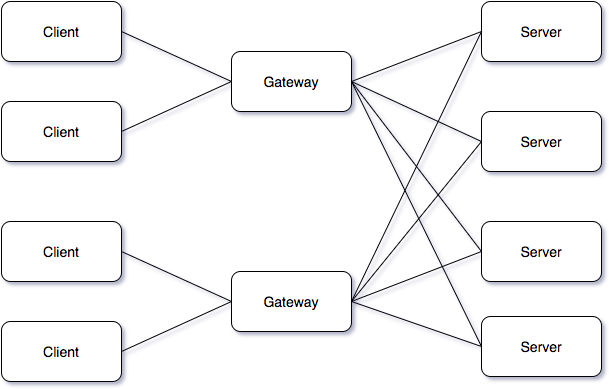
The draw.io diagram gateway.png in funny/fastway, before a commit. Source tidied: cells renumbered, new cells last; positions are measured from the earlier drawing's top-left corner, leaving out a move shared by most shapes. Its diagram source:
```xml
<mxGraphModel background="#ffffff">
  <root>
    <mxCell id="0" />
    <mxCell id="1" parent="0" />
    <mxCell id="2" value="Client" style="rounded=1;whiteSpace=wrap;html=1;fontSize=14;" parent="1" vertex="1">
      <mxGeometry width="120" height="60" as="geometry" />
    </mxCell>
    <mxCell id="3" value="Client" style="rounded=1;whiteSpace=wrap;html=1;fontSize=14;" parent="1" vertex="1">
      <mxGeometry y="100" width="120" height="60" as="geometry" />
    </mxCell>
    <mxCell id="4" value="Gateway" style="rounded=1;whiteSpace=wrap;html=1;fontSize=14;" parent="1" vertex="1">
      <mxGeometry x="230" y="50" width="120" height="60" as="geometry" />
    </mxCell>
    <mxCell id="5" value="Server" style="rounded=1;whiteSpace=wrap;html=1;fontSize=14;" parent="1" vertex="1">
      <mxGeometry x="480" width="120" height="60" as="geometry" />
    </mxCell>
    <mxCell id="6" value="Server" style="rounded=1;whiteSpace=wrap;html=1;fontSize=14;" parent="1" vertex="1">
      <mxGeometry x="480" y="110" width="120" height="60" as="geometry" />
    </mxCell>
    <mxCell id="7" value="Server" style="rounded=1;whiteSpace=wrap;html=1;fontSize=14;" parent="1" vertex="1">
      <mxGeometry x="480" y="220" width="120" height="60" as="geometry" />
    </mxCell>
    <mxCell id="8" value="Server" style="rounded=1;whiteSpace=wrap;html=1;fontSize=14;" parent="1" vertex="1">
      <mxGeometry x="480" y="315" width="120" height="60" as="geometry" />
    </mxCell>
    <mxCell id="9" value="Gateway" style="rounded=1;whiteSpace=wrap;html=1;fontSize=14;" parent="1" vertex="1">
      <mxGeometry x="230" y="270" width="120" height="60" as="geometry" />
    </mxCell>
    <mxCell id="10" style="endArrow=none;html=1;fontSize=14;exitX=0;exitY=0.5;entryX=1;entryY=0.5;endFill=0;" parent="1" edge="1" source="5" target="4">
      <mxGeometry x="440" y="270" as="geometry" />
    </mxCell>
    <mxCell id="11" style="endArrow=none;html=1;fontSize=14;entryX=1;entryY=0.5;exitX=0;exitY=0.5;endFill=0;" parent="1" edge="1" source="6" target="4">
      <mxGeometry x="440" y="320" as="geometry" />
    </mxCell>
    <mxCell id="12" style="endArrow=none;html=1;fontSize=14;exitX=0;exitY=0.5;entryX=1;entryY=0.5;endFill=0;" parent="1" edge="1" source="7" target="4">
      <mxGeometry x="440" y="320" as="geometry" />
    </mxCell>
    <mxCell id="13" style="endArrow=none;html=1;fontSize=14;exitX=0;exitY=0.5;entryX=1;entryY=0.5;endFill=0;" parent="1" edge="1" source="8" target="4">
      <mxGeometry x="440" y="320" as="geometry" />
    </mxCell>
    <mxCell id="14" style="endArrow=none;html=1;fontSize=14;exitX=0;exitY=0.5;entryX=1;entryY=0.5;endFill=0;" parent="1" edge="1" source="5" target="9">
      <mxGeometry x="440" y="270" as="geometry" />
    </mxCell>
    <mxCell id="15" style="endArrow=none;html=1;fontSize=14;exitX=0;exitY=0.5;entryX=1;entryY=0.5;endFill=0;" parent="1" edge="1" source="6" target="9">
      <mxGeometry x="440" y="380" as="geometry" />
    </mxCell>
    <mxCell id="16" style="endArrow=none;html=1;fontSize=14;exitX=0;exitY=0.5;entryX=1;entryY=0.5;endFill=0;" parent="1" edge="1" source="7" target="9">
      <mxGeometry x="440" y="490" as="geometry" />
    </mxCell>
    <mxCell id="17" style="endArrow=none;html=1;fontSize=14;exitX=0;exitY=0.5;endFill=0;entryX=1;entryY=0.5;" parent="1" edge="1" source="8" target="9">
      <mxGeometry x="440" y="540" as="geometry" />
    </mxCell>
    <mxCell id="18" value="Client" style="rounded=1;whiteSpace=wrap;html=1;fontSize=14;" parent="1" vertex="1">
      <mxGeometry y="220" width="120" height="60" as="geometry" />
    </mxCell>
    <mxCell id="19" value="Client" style="rounded=1;whiteSpace=wrap;html=1;fontSize=14;" parent="1" vertex="1">
      <mxGeometry y="320" width="120" height="60" as="geometry" />
    </mxCell>
    <mxCell id="20" style="endArrow=none;html=1;fontSize=14;exitX=1;exitY=0.5;entryX=0;entryY=0.5;endFill=0;" parent="1" edge="1" source="2" target="4">
      <mxGeometry x="210" y="270" as="geometry" />
    </mxCell>
    <mxCell id="21" style="endArrow=none;html=1;fontSize=14;exitX=1;exitY=0.5;entryX=0;entryY=0.5;endFill=0;" parent="1" edge="1" source="3" target="4">
      <mxGeometry x="210" y="320" as="geometry" />
    </mxCell>
    <mxCell id="22" style="endArrow=none;html=1;fontSize=14;exitX=1;exitY=0.5;entryX=0;entryY=0.5;endFill=0;" parent="1" edge="1" source="18" target="9">
      <mxGeometry x="210" y="490" as="geometry" />
    </mxCell>
    <mxCell id="23" style="endArrow=none;html=1;fontSize=14;exitX=1;exitY=0.5;entryX=0;entryY=0.5;endFill=0;" parent="1" edge="1" source="19" target="9">
      <mxGeometry x="210" y="540" as="geometry" />
    </mxCell>
  </root>
</mxGraphModel>
```
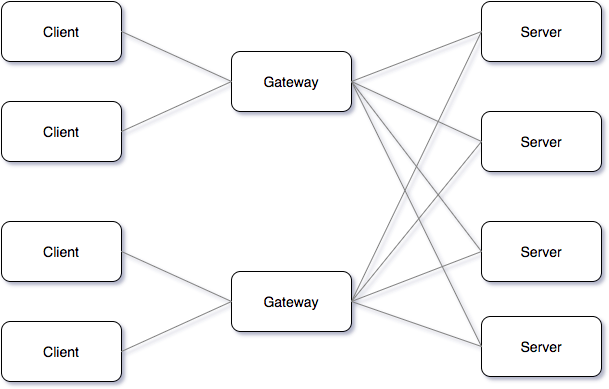
After the commit.

What changed in the source:
```diff
@@ -26,28 +26,28 @@
     <mxCell id="9" value="Gateway" style="rounded=1;whiteSpace=wrap;html=1;fontSize=14;" parent="1" vertex="1">
       <mxGeometry x="230" y="270" width="120" height="60" as="geometry" />
     </mxCell>
-    <mxCell id="10" style="endArrow=none;html=1;fontSize=14;exitX=0;exitY=0.5;entryX=1;entryY=0.5;endFill=0;" parent="1" edge="1" source="5" target="4">
+    <mxCell id="10" style="endArrow=none;html=1;fontSize=14;exitX=0;exitY=0.5;entryX=1;entryY=0.5;endFill=0;strokeColor=#808080;" parent="1" edge="1" source="5" target="4">
       <mxGeometry x="440" y="270" as="geometry" />
     </mxCell>
-    <mxCell id="11" style="endArrow=none;html=1;fontSize=14;entryX=1;entryY=0.5;exitX=0;exitY=0.5;endFill=0;" parent="1" edge="1" source="6" target="4">
+    <mxCell id="11" style="endArrow=none;html=1;fontSize=14;entryX=1;entryY=0.5;exitX=0;exitY=0.5;endFill=0;strokeColor=#808080;" parent="1" edge="1" source="6" target="4">
       <mxGeometry x="440" y="320" as="geometry" />
     </mxCell>
-    <mxCell id="12" style="endArrow=none;html=1;fontSize=14;exitX=0;exitY=0.5;entryX=1;entryY=0.5;endFill=0;" parent="1" edge="1" source="7" target="4">
+    <mxCell id="12" style="endArrow=none;html=1;fontSize=14;exitX=0;exitY=0.5;entryX=1;entryY=0.5;endFill=0;strokeColor=#808080;" parent="1" edge="1" source="7" target="4">
       <mxGeometry x="440" y="320" as="geometry" />
     </mxCell>
-    <mxCell id="13" style="endArrow=none;html=1;fontSize=14;exitX=0;exitY=0.5;entryX=1;entryY=0.5;endFill=0;" parent="1" edge="1" source="8" target="4">
+    <mxCell id="13" style="endArrow=none;html=1;fontSize=14;exitX=0;exitY=0.5;entryX=1;entryY=0.5;endFill=0;strokeColor=#808080;" parent="1" edge="1" source="8" target="4">
       <mxGeometry x="440" y="320" as="geometry" />
     </mxCell>
-    <mxCell id="14" style="endArrow=none;html=1;fontSize=14;exitX=0;exitY=0.5;entryX=1;entryY=0.5;endFill=0;" parent="1" edge="1" source="5" target="9">
+    <mxCell id="14" style="endArrow=none;html=1;fontSize=14;exitX=0;exitY=0.5;entryX=1;entryY=0.5;endFill=0;strokeColor=#808080;" parent="1" edge="1" source="5" target="9">
       <mxGeometry x="440" y="270" as="geometry" />
     </mxCell>
-    <mxCell id="15" style="endArrow=none;html=1;fontSize=14;exitX=0;exitY=0.5;entryX=1;entryY=0.5;endFill=0;" parent="1" edge="1" source="6" target="9">
+    <mxCell id="15" style="endArrow=none;html=1;fontSize=14;exitX=0;exitY=0.5;entryX=1;entryY=0.5;endFill=0;strokeColor=#808080;" parent="1" edge="1" source="6" target="9">
       <mxGeometry x="440" y="380" as="geometry" />
     </mxCell>
-    <mxCell id="16" style="endArrow=none;html=1;fontSize=14;exitX=0;exitY=0.5;entryX=1;entryY=0.5;endFill=0;" parent="1" edge="1" source="7" target="9">
+    <mxCell id="16" style="endArrow=none;html=1;fontSize=14;exitX=0;exitY=0.5;entryX=1;entryY=0.5;endFill=0;strokeColor=#808080;" parent="1" edge="1" source="7" target="9">
       <mxGeometry x="440" y="490" as="geometry" />
     </mxCell>
-    <mxCell id="17" style="endArrow=none;html=1;fontSize=14;exitX=0;exitY=0.5;endFill=0;entryX=1;entryY=0.5;" parent="1" edge="1" source="8" target="9">
+    <mxCell id="17" style="endArrow=none;html=1;fontSize=14;exitX=0;exitY=0.5;endFill=0;entryX=1;entryY=0.5;strokeColor=#808080;" parent="1" edge="1" source="8" target="9">
       <mxGeometry x="440" y="540" as="geometry" />
     </mxCell>
     <mxCell id="18" value="Client" style="rounded=1;whiteSpace=wrap;html=1;fontSize=14;" parent="1" vertex="1">
@@ -56,16 +56,16 @@
     <mxCell id="19" value="Client" style="rounded=1;whiteSpace=wrap;html=1;fontSize=14;" parent="1" vertex="1">
       <mxGeometry y="320" width="120" height="60" as="geometry" />
     </mxCell>
-    <mxCell id="20" style="endArrow=none;html=1;fontSize=14;exitX=1;exitY=0.5;entryX=0;entryY=0.5;endFill=0;" parent="1" edge="1" source="2" target="4">
+    <mxCell id="20" style="endArrow=none;html=1;fontSize=14;exitX=1;exitY=0.5;entryX=0;entryY=0.5;endFill=0;strokeColor=#808080;" parent="1" edge="1" source="2" target="4">
       <mxGeometry x="210" y="270" as="geometry" />
     </mxCell>
-    <mxCell id="21" style="endArrow=none;html=1;fontSize=14;exitX=1;exitY=0.5;entryX=0;entryY=0.5;endFill=0;" parent="1" edge="1" source="3" target="4">
+    <mxCell id="21" style="endArrow=none;html=1;fontSize=14;exitX=1;exitY=0.5;entryX=0;entryY=0.5;endFill=0;strokeColor=#808080;" parent="1" edge="1" source="3" target="4">
       <mxGeometry x="210" y="320" as="geometry" />
     </mxCell>
-    <mxCell id="22" style="endArrow=none;html=1;fontSize=14;exitX=1;exitY=0.5;entryX=0;entryY=0.5;endFill=0;" parent="1" edge="1" source="18" target="9">
+    <mxCell id="22" style="endArrow=none;html=1;fontSize=14;exitX=1;exitY=0.5;entryX=0;entryY=0.5;endFill=0;strokeColor=#808080;" parent="1" edge="1" source="18" target="9">
       <mxGeometry x="210" y="490" as="geometry" />
     </mxCell>
-    <mxCell id="23" style="endArrow=none;html=1;fontSize=14;exitX=1;exitY=0.5;entryX=0;entryY=0.5;endFill=0;" parent="1" edge="1" source="19" target="9">
+    <mxCell id="23" style="endArrow=none;html=1;fontSize=14;exitX=1;exitY=0.5;entryX=0;entryY=0.5;endFill=0;strokeColor=#808080;" parent="1" edge="1" source="19" target="9">
       <mxGeometry x="210" y="540" as="geometry" />
     </mxCell>
   </root>
```
